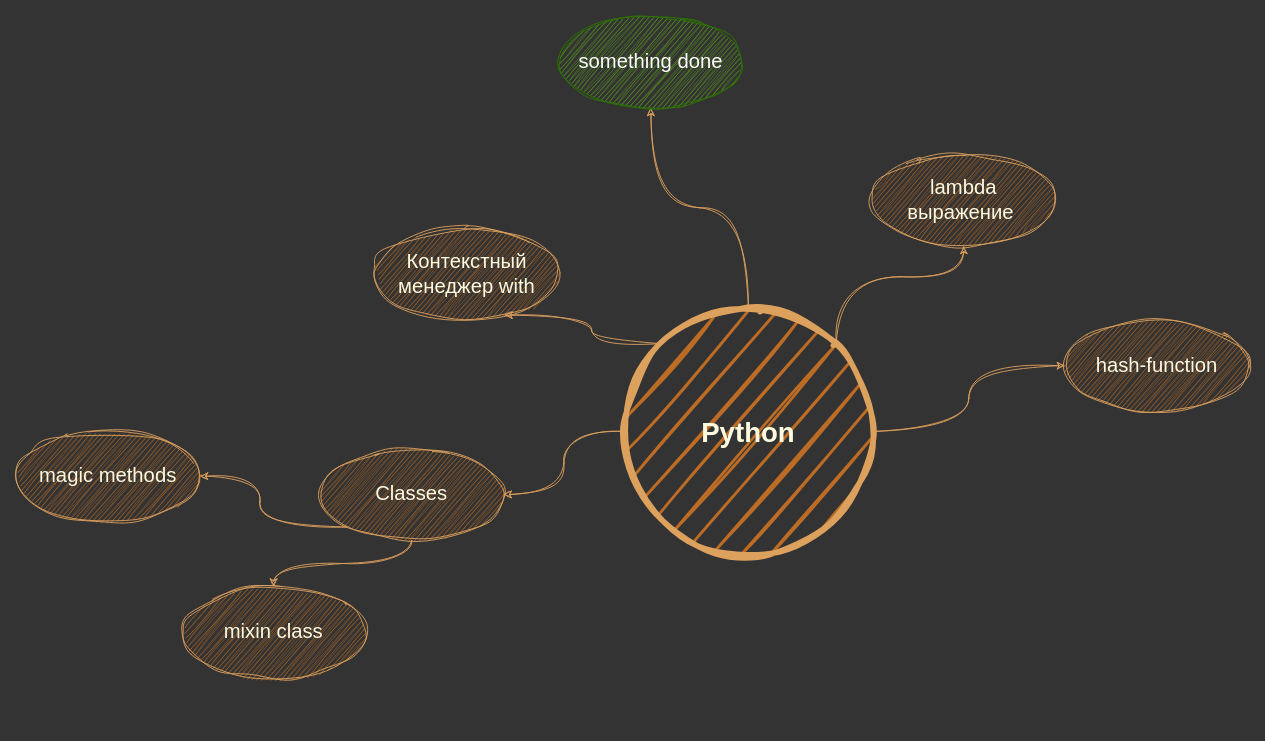
Before: page "python" (1 of 4) of Untitled Diagram.drawio in zhivvv/study, a draw.io diagram. Source tidied: cells renumbered, new cells numbered last; positions are measured from the earlier drawing's top-left corner, leaving out a move shared by most shapes. Both pictures are drawn from the tidied source at 92%, with x=0, y=0 at pixel (16, 16).
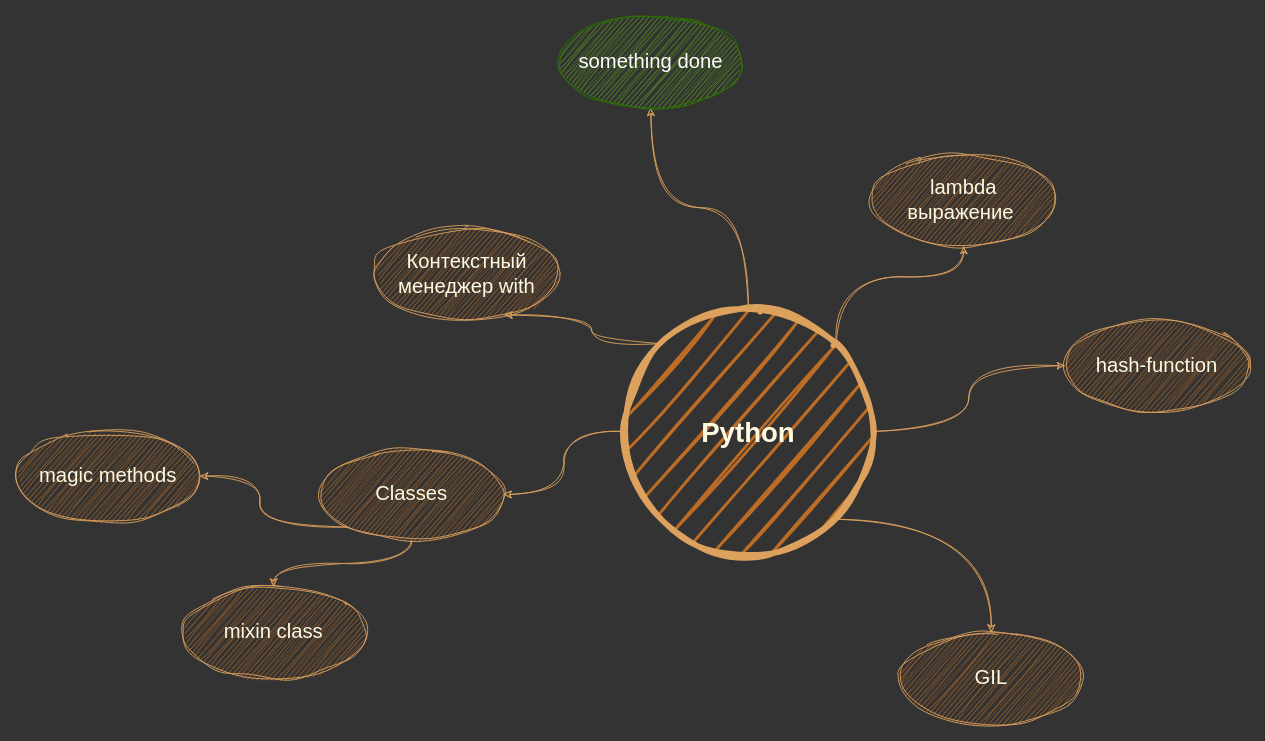
The same page after the edit.

Commit message:
GIL was added

What changed in the source:
```diff
@@
 <mxGraphModel background="#333333">
   <root>
     <mxCell id="0" />
     <mxCell id="1" parent="0" />
     <mxCell id="2" style="edgeStyle=orthogonalEdgeStyle;curved=1;jettySize=auto;html=1;exitX=0;exitY=0;exitDx=0;exitDy=0;entryX=0.705;entryY=0.95;entryDx=0;entryDy=0;entryPerimeter=0;fontSize=15;noJump=0;orthogonal=0;enumerate=0;comic=0;sketch=1;curveFitting=1;jiggle=2;labelBackgroundColor=none;strokeColor=#DDA15E;fontColor=default;rounded=1;" parent="1" edge="1" source="8" target="9">
       <mxGeometry relative="1" as="geometry" />
     </mxCell>
     <mxCell id="3" style="edgeStyle=orthogonalEdgeStyle;hachureGap=4;jettySize=auto;html=1;exitX=1;exitY=0;exitDx=0;exitDy=0;entryX=0.5;entryY=1;entryDx=0;entryDy=0;fontFamily=Helvetica;fontSize=15;labelBackgroundColor=none;strokeColor=#DDA15E;comic=0;sketch=1;curveFitting=1;jiggle=2;jumpStyle=none;curved=1;" parent="1" edge="1" source="8" target="10">
       <mxGeometry relative="1" as="geometry" />
     </mxCell>
     <mxCell id="4" style="edgeStyle=orthogonalEdgeStyle;sketch=1;hachureGap=4;jiggle=2;curveFitting=1;jettySize=auto;html=1;entryX=0.5;entryY=1;entryDx=0;entryDy=0;fontFamily=Helvetica;fontSize=15;labelBackgroundColor=none;strokeColor=#DDA15E;comic=0;curved=1;" parent="1" edge="1" source="8" target="12">
       <mxGeometry relative="1" as="geometry" />
     </mxCell>
     <mxCell id="5" style="edgeStyle=orthogonalEdgeStyle;curved=1;sketch=1;hachureGap=4;jiggle=2;curveFitting=1;jettySize=auto;html=1;entryX=0;entryY=0.5;entryDx=0;entryDy=0;fontFamily=Helvetica;fontSize=15;labelBackgroundColor=none;strokeColor=#DDA15E;comic=0;" parent="1" edge="1" source="8" target="11">
       <mxGeometry relative="1" as="geometry" />
     </mxCell>
     <mxCell id="6" style="edgeStyle=orthogonalEdgeStyle;sketch=1;hachureGap=4;jiggle=2;curveFitting=1;jettySize=auto;html=1;fontFamily=Helvetica;fontSize=15;labelBackgroundColor=none;strokeColor=#DDA15E;comic=0;curved=1;exitX=0;exitY=1;exitDx=0;exitDy=0;" parent="1" edge="1" source="16" target="13">
       <mxGeometry relative="1" as="geometry" />
     </mxCell>
     <mxCell id="7" style="edgeStyle=orthogonalEdgeStyle;curved=1;sketch=1;hachureGap=4;jiggle=2;curveFitting=1;jettySize=auto;html=1;entryX=1;entryY=0.5;entryDx=0;entryDy=0;fontFamily=Helvetica;fontSize=15;labelBackgroundColor=none;strokeColor=#DDA15E;comic=0;" parent="1" edge="1" source="8" target="16">
       <mxGeometry relative="1" as="geometry" />
     </mxCell>
+    <mxCell id="17" style="edgeStyle=orthogonalEdgeStyle;curved=1;sketch=1;hachureGap=4;jiggle=2;curveFitting=1;jettySize=auto;html=1;entryX=0.5;entryY=0;entryDx=0;entryDy=0;fontFamily=Helvetica;fontSize=15;labelBackgroundColor=none;strokeColor=#DDA15E;comic=0;exitX=1;exitY=1;exitDx=0;exitDy=0;" parent="1" edge="1" source="8" target="18">
+      <mxGeometry relative="1" as="geometry" />
+    </mxCell>
     <mxCell id="8" value="Python" style="ellipse;whiteSpace=wrap;html=1;shadow=0;fontFamily=Helvetica;fontSize=30;fontColor=#FEFAE0;align=center;strokeColor=#DDA15E;strokeWidth=6;fillColor=#BC6C25;fontStyle=1;sketch=1;curveFitting=1;jiggle=2;labelBackgroundColor=none;rounded=1;" parent="1" vertex="1">
       <mxGeometry x="661" y="316.5" width="270" height="270" as="geometry" />
     </mxCell>
     <mxCell id="9" value="&lt;font style=&quot;font-size: 22px;&quot;&gt;Контекстный менеджер with&lt;/font&gt;" style="ellipse;whiteSpace=wrap;html=1;sketch=1;curveFitting=1;jiggle=2;fillColor=#BC6C25;strokeColor=#DDA15E;fontColor=#FEFAE0;labelBackgroundColor=none;rounded=1;" parent="1" vertex="1">
       <mxGeometry x="390" y="230" width="200" height="100" as="geometry" />
     </mxCell>
     <mxCell id="10" value="&lt;font style=&quot;font-size: 22px;&quot;&gt;lambda выражение&amp;nbsp;&lt;/font&gt;" style="ellipse;whiteSpace=wrap;html=1;sketch=1;curveFitting=1;jiggle=2;fillColor=#BC6C25;strokeColor=#DDA15E;fontColor=#FEFAE0;labelBackgroundColor=none;rounded=1;" parent="1" vertex="1">
       <mxGeometry x="930" y="150" width="200" height="100" as="geometry" />
     </mxCell>
     <mxCell id="11" value="&lt;font style=&quot;font-size: 22px;&quot;&gt;hash-function&lt;/font&gt;" style="ellipse;whiteSpace=wrap;html=1;sketch=1;curveFitting=1;jiggle=2;fillColor=#BC6C25;strokeColor=#DDA15E;fontColor=#FEFAE0;labelBackgroundColor=none;rounded=1;" parent="1" vertex="1">
       <mxGeometry x="1140" y="330" width="200" height="100" as="geometry" />
     </mxCell>
     <mxCell id="12" value="&lt;font style=&quot;font-size: 22px;&quot;&gt;something done&lt;/font&gt;" style="ellipse;whiteSpace=wrap;html=1;sketch=1;curveFitting=1;jiggle=2;fillColor=#60a917;strokeColor=#2D7600;fontColor=#ffffff;labelBackgroundColor=none;rounded=1;" parent="1" vertex="1">
       <mxGeometry x="590" width="200" height="100" as="geometry" />
     </mxCell>
     <mxCell id="13" value="&lt;font style=&quot;font-size: 22px;&quot;&gt;magic methods&lt;/font&gt;" style="ellipse;whiteSpace=wrap;html=1;sketch=1;curveFitting=1;jiggle=2;fillColor=#BC6C25;strokeColor=#DDA15E;fontColor=#FEFAE0;labelBackgroundColor=none;rounded=1;" parent="1" vertex="1">
       <mxGeometry y="450" width="200" height="100" as="geometry" />
     </mxCell>
     <mxCell id="14" value="&lt;font style=&quot;font-size: 22px;&quot;&gt;mixin class&lt;/font&gt;" style="ellipse;whiteSpace=wrap;html=1;sketch=1;curveFitting=1;jiggle=2;fillColor=#BC6C25;strokeColor=#DDA15E;fontColor=#FEFAE0;labelBackgroundColor=none;rounded=1;" parent="1" vertex="1">
       <mxGeometry x="180" y="620" width="200" height="100" as="geometry" />
     </mxCell>
     <mxCell id="15" style="edgeStyle=orthogonalEdgeStyle;curved=1;sketch=1;hachureGap=4;jiggle=2;curveFitting=1;jettySize=auto;html=1;fontFamily=Helvetica;fontSize=15;labelBackgroundColor=none;strokeColor=#DDA15E;comic=0;" parent="1" edge="1" source="16" target="14">
       <mxGeometry relative="1" as="geometry" />
     </mxCell>
     <mxCell id="16" value="&lt;span style=&quot;font-size: 22px;&quot;&gt;Classes&lt;/span&gt;" style="ellipse;whiteSpace=wrap;html=1;sketch=1;curveFitting=1;jiggle=2;fillColor=#BC6C25;strokeColor=#DDA15E;fontColor=#FEFAE0;labelBackgroundColor=none;rounded=1;" parent="1" vertex="1">
       <mxGeometry x="330" y="470" width="200" height="100" as="geometry" />
     </mxCell>
+    <mxCell id="18" value="&lt;font style=&quot;font-size: 22px;&quot;&gt;GIL&lt;/font&gt;" style="ellipse;whiteSpace=wrap;html=1;sketch=1;curveFitting=1;jiggle=2;fillColor=#BC6C25;strokeColor=#DDA15E;fontColor=#FEFAE0;labelBackgroundColor=none;rounded=1;" parent="1" vertex="1">
+      <mxGeometry x="960" y="670" width="200" height="100" as="geometry" />
+    </mxCell>
   </root>
 </mxGraphModel>
```
